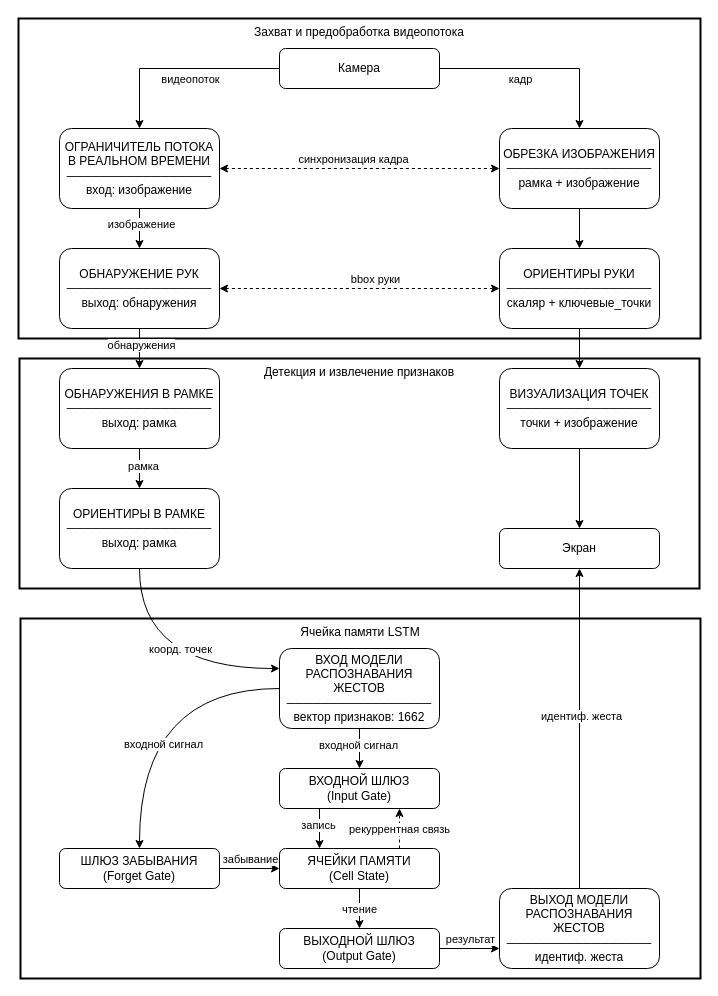
Earlier version of the draw.io diagram page "Схема работы" (11 of 12) of nir/part2.drawio (vuquang142k/4_semester_magis). Source tidied: cells renumbered, new cells numbered last; positions are measured from the earlier drawing's top-left corner, leaving out a move shared by most shapes. Both pictures are drawn from the tidied source at 100%, with x=0, y=0 at pixel (18, 18).
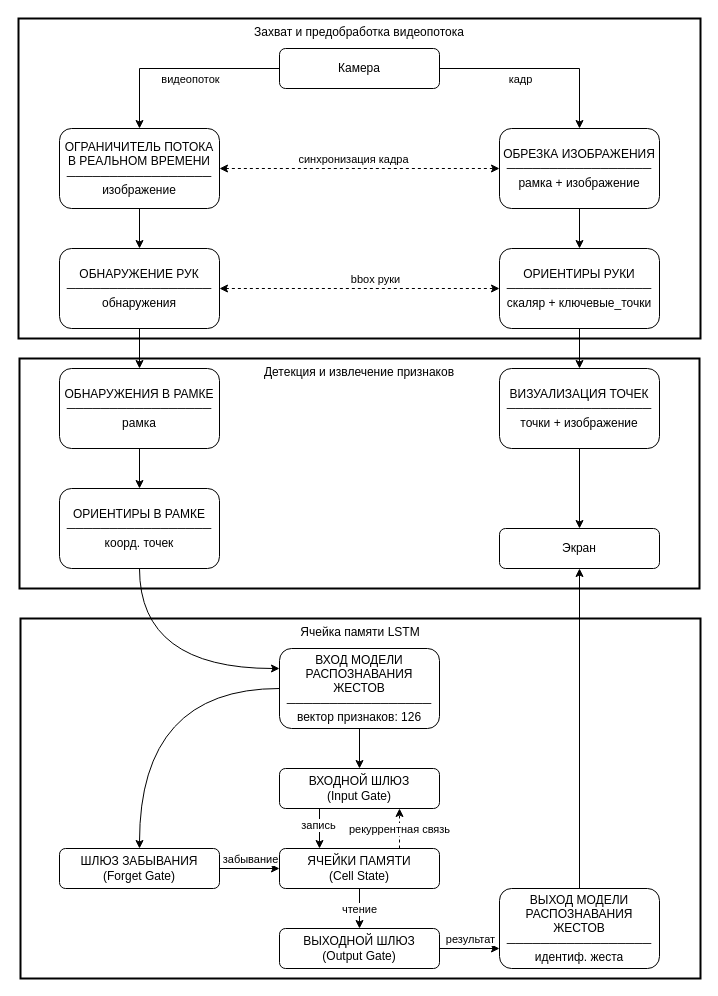
The same diagram, later.

The change refers to these unchanged cells:
```xml
<mxCell id="12" style="edgeStyle=orthogonalEdgeStyle;rounded=0;jettySize=auto;html=1;exitX=0.5;exitY=1;exitDx=0;exitDy=0;entryX=0.5;entryY=0;entryDx=0;entryDy=0;" parent="1" edge="1" source="14" target="17">
  <mxGeometry relative="1" as="geometry" />
</mxCell>
<mxCell id="15" style="edgeStyle=orthogonalEdgeStyle;rounded=0;jettySize=auto;html=1;exitX=0.5;exitY=1;exitDx=0;exitDy=0;entryX=0.5;entryY=0;entryDx=0;entryDy=0;" parent="1" edge="1" source="17" target="20">
  <mxGeometry relative="1" as="geometry" />
</mxCell>
<mxCell id="18" style="edgeStyle=orthogonalEdgeStyle;rounded=0;jettySize=auto;html=1;exitX=0.5;exitY=1;exitDx=0;exitDy=0;entryX=0.5;entryY=0;entryDx=0;entryDy=0;" parent="1" edge="1" source="20" target="27">
  <mxGeometry relative="1" as="geometry" />
</mxCell>
<mxCell id="25" style="edgeStyle=orthogonalEdgeStyle;rounded=0;jettySize=auto;html=1;exitX=0.5;exitY=1;exitDx=0;exitDy=0;entryX=0;entryY=0.25;entryDx=0;entryDy=0;curved=1;" parent="1" edge="1" source="27" target="32">
  <mxGeometry relative="1" as="geometry" />
</mxCell>
<mxCell id="28" style="edgeStyle=orthogonalEdgeStyle;rounded=0;jettySize=auto;html=1;exitX=0.5;exitY=1;exitDx=0;exitDy=0;entryX=0.5;entryY=0;entryDx=0;entryDy=0;" parent="1" edge="1" source="32" target="35">
  <mxGeometry relative="1" as="geometry" />
</mxCell>
<mxCell id="30" style="edgeStyle=orthogonalEdgeStyle;rounded=0;jettySize=auto;html=1;exitX=0;exitY=0.5;exitDx=0;exitDy=0;entryX=0.5;entryY=0;entryDx=0;entryDy=0;curved=1;" parent="1" edge="1" source="32" target="38">
  <mxGeometry relative="1" as="geometry" />
</mxCell>
<mxCell id="47" style="edgeStyle=orthogonalEdgeStyle;rounded=0;jettySize=auto;html=1;exitX=0.5;exitY=0;exitDx=0;exitDy=0;entryX=0.5;entryY=1;entryDx=0;entryDy=0;" parent="1" edge="1" source="49" target="50">
  <mxGeometry relative="1" as="geometry" />
</mxCell>
```

Diff of the diagram source:
```diff
@@
-    <mxCell id="13" value="изображение" style="edgeLabel;html=1;align=center;verticalAlign=middle;" parent="12" vertex="1">
-      <mxGeometry x="-0.25" y="1" relative="1" as="geometry" />
-    </mxCell>
-    <mxCell id="14" value="ОГРАНИЧИТЕЛЬ ПОТОКА&lt;br style=&quot;padding: 0px; margin: 0px;&quot;&gt;В РЕАЛЬНОМ ВРЕМЕНИ&lt;br style=&quot;padding: 0px; margin: 0px;&quot;&gt;─────────────────&lt;br style=&quot;padding: 0px; margin: 0px;&quot;&gt;вход: изображение" style="rounded=1;whiteSpace=wrap;html=1;" parent="1" vertex="1">
+    <mxCell id="14" value="ОГРАНИЧИТЕЛЬ ПОТОКА&lt;br style=&quot;padding: 0px; margin: 0px;&quot;&gt;В РЕАЛЬНОМ ВРЕМЕНИ&lt;br style=&quot;padding: 0px; margin: 0px;&quot;&gt;─────────────────&lt;br style=&quot;padding: 0px; margin: 0px;&quot;&gt;изображение" style="rounded=1;whiteSpace=wrap;html=1;" parent="1" vertex="1">
       <mxGeometry x="41" y="110" width="160" height="80" as="geometry" />
     </mxCell>
@@
-    <mxCell id="16" value="обнаружения" style="edgeLabel;html=1;align=center;verticalAlign=middle;" parent="15" vertex="1">
-      <mxGeometry x="-0.2" y="1" relative="1" as="geometry" />
-    </mxCell>
-    <mxCell id="17" value="ОБНАРУЖЕНИЕ РУК&lt;br style=&quot;padding: 0px; margin: 0px;&quot;&gt;─────────────────&lt;br style=&quot;padding: 0px; margin: 0px;&quot;&gt;выход: обнаружения" style="rounded=1;whiteSpace=wrap;html=1;" parent="1" vertex="1">
+    <mxCell id="17" value="ОБНАРУЖЕНИЕ РУК&lt;br style=&quot;padding: 0px; margin: 0px;&quot;&gt;─────────────────&lt;br style=&quot;padding: 0px; margin: 0px;&quot;&gt;обнаружения" style="rounded=1;whiteSpace=wrap;html=1;" parent="1" vertex="1">
       <mxGeometry x="41" y="230" width="160" height="80" as="geometry" />
     </mxCell>
@@
-    <mxCell id="19" value="рамка" style="edgeLabel;html=1;align=center;verticalAlign=middle;" parent="18" vertex="1">
-      <mxGeometry x="-0.15" y="3" relative="1" as="geometry" />
-    </mxCell>
-    <mxCell id="20" value="ОБНАРУЖЕНИЯ В РАМКЕ&lt;br style=&quot;padding: 0px; margin: 0px;&quot;&gt;─────────────────&lt;br style=&quot;padding: 0px; margin: 0px;&quot;&gt;выход: рамка" style="rounded=1;whiteSpace=wrap;html=1;" parent="1" vertex="1">
+    <mxCell id="20" value="ОБНАРУЖЕНИЯ В РАМКЕ&lt;br style=&quot;padding: 0px; margin: 0px;&quot;&gt;─────────────────&lt;br style=&quot;padding: 0px; margin: 0px;&quot;&gt;рамка" style="rounded=1;whiteSpace=wrap;html=1;" parent="1" vertex="1">
       <mxGeometry x="41" y="350" width="160" height="80" as="geometry" />
     </mxCell>
@@
-    <mxCell id="26" value="коорд. точек" style="edgeLabel;html=1;align=center;verticalAlign=middle;" parent="25" vertex="1">
-      <mxGeometry x="-0.03" relative="1" as="geometry">
-        <mxPoint x="24" y="-20" as="offset" />
-      </mxGeometry>
-    </mxCell>
-    <mxCell id="27" value="ОРИЕНТИРЫ В РАМКЕ&lt;br style=&quot;padding: 0px; margin: 0px;&quot;&gt;─────────────────&lt;br style=&quot;padding: 0px; margin: 0px;&quot;&gt;выход: рамка" style="rounded=1;whiteSpace=wrap;html=1;" parent="1" vertex="1">
+    <mxCell id="27" value="ОРИЕНТИРЫ В РАМКЕ&lt;br style=&quot;padding: 0px; margin: 0px;&quot;&gt;─────────────────&lt;br style=&quot;padding: 0px; margin: 0px;&quot;&gt;коорд. точек" style="rounded=1;whiteSpace=wrap;html=1;" parent="1" vertex="1">
       <mxGeometry x="41" y="470" width="160" height="80" as="geometry" />
     </mxCell>
@@
-    <mxCell id="29" value="входной сигнал" style="edgeLabel;html=1;align=center;verticalAlign=middle;" parent="28" vertex="1">
-      <mxGeometry x="-0.2" y="-2" relative="1" as="geometry" />
-    </mxCell>
@@
-    <mxCell id="31" value="входной сигнал" style="edgeLabel;html=1;align=center;verticalAlign=middle;" parent="30" vertex="1">
-      <mxGeometry x="0.3" y="23" relative="1" as="geometry" />
-    </mxCell>
-    <mxCell id="32" value="ВХОД МОДЕЛИ&lt;br style=&quot;padding: 0px; margin: 0px;&quot;&gt;РАСПОЗНАВАНИЯ ЖЕСТОВ&lt;br style=&quot;padding: 0px; margin: 0px;&quot;&gt;─────────────────&lt;br style=&quot;padding: 0px; margin: 0px;&quot;&gt;вектор признаков: 1662" style="rounded=1;whiteSpace=wrap;html=1;" parent="1" vertex="1">
+    <mxCell id="32" value="ВХОД МОДЕЛИ&lt;br style=&quot;padding: 0px; margin: 0px;&quot;&gt;РАСПОЗНАВАНИЯ ЖЕСТОВ&lt;br style=&quot;padding: 0px; margin: 0px;&quot;&gt;─────────────────&lt;br style=&quot;padding: 0px; margin: 0px;&quot;&gt;вектор признаков: 126" style="rounded=1;whiteSpace=wrap;html=1;" parent="1" vertex="1">
       <mxGeometry x="261" y="630" width="160" height="80" as="geometry" />
     </mxCell>
@@
-    <mxCell id="48" value="идентиф. жеста" style="edgeLabel;html=1;align=center;verticalAlign=middle;" parent="47" vertex="1">
-      <mxGeometry x="0.08" y="-1" relative="1" as="geometry" />
-    </mxCell>
```
